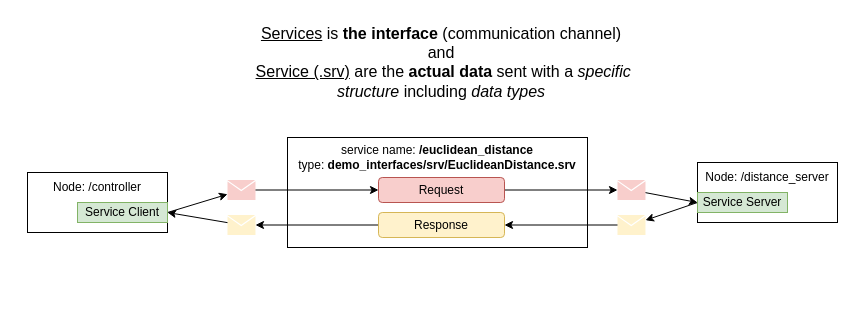
The draw.io diagram page "service" (2 of 2) of src/resources/ros-services.drawio in harleylara/robotics, before the edit. Source tidied: cells renumbered, new cells numbered last; positions are measured from the earlier drawing's top-left corner, leaving out a move shared by most shapes. Both pictures are drawn from the tidied source at 100%, with x=0, y=0 at pixel (27, 17).
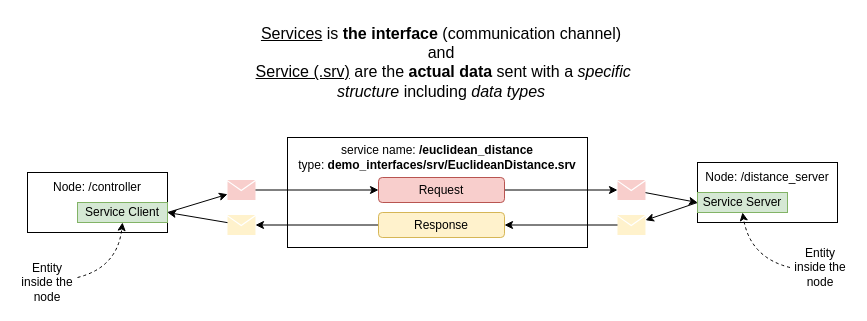
The same page after the edit.

Commit message:
add small note to point entity inside the node

The change refers to these unchanged cells:
```xml
<mxCell id="20" value="Service Server" style="rounded=0;whiteSpace=wrap;html=1;fillColor=#d5e8d4;strokeColor=#82b366;" parent="1" vertex="1">
  <mxGeometry x="670" y="175" width="90" height="20" as="geometry" />
</mxCell>
<mxCell id="23" value="Service Client" style="rounded=0;whiteSpace=wrap;html=1;fillColor=#d5e8d4;strokeColor=#82b366;" parent="1" vertex="1">
  <mxGeometry x="50" y="185" width="90" height="20" as="geometry" />
</mxCell>
```

Change to the diagram source:
```diff
@@
+    <mxCell id="25" style="curved=1;endArrow=classic;html=1;rounded=0;entryX=0.5;entryY=1;entryDx=0;entryDy=0;dashed=1;" parent="1" edge="1" target="23">
+      <mxGeometry relative="1" as="geometry">
+        <mxPoint x="50" y="260" as="sourcePoint" />
+        <Array as="points">
+          <mxPoint x="90" y="250" />
+        </Array>
+      </mxGeometry>
+    </mxCell>
+    <mxCell id="26" value="Entity inside the node" style="text;html=1;whiteSpace=wrap;strokeColor=none;fillColor=none;align=center;verticalAlign=middle;rounded=0;" parent="1" vertex="1">
+      <mxGeometry x="-10" y="250" width="60" height="30" as="geometry" />
+    </mxCell>
+    <mxCell id="27" style="curved=1;endArrow=classic;html=1;rounded=0;entryX=0.5;entryY=1;entryDx=0;entryDy=0;dashed=1;" parent="1" edge="1" target="20">
+      <mxGeometry relative="1" as="geometry">
+        <mxPoint x="762.5" y="250" as="sourcePoint" />
+        <Array as="points">
+          <mxPoint x="722.5" y="240" />
+        </Array>
+      </mxGeometry>
+    </mxCell>
+    <mxCell id="28" value="Entity inside the node" style="text;html=1;whiteSpace=wrap;strokeColor=none;fillColor=none;align=center;verticalAlign=middle;rounded=0;" parent="1" vertex="1">
+      <mxGeometry x="763" y="235" width="60" height="30" as="geometry" />
+    </mxCell>
```
